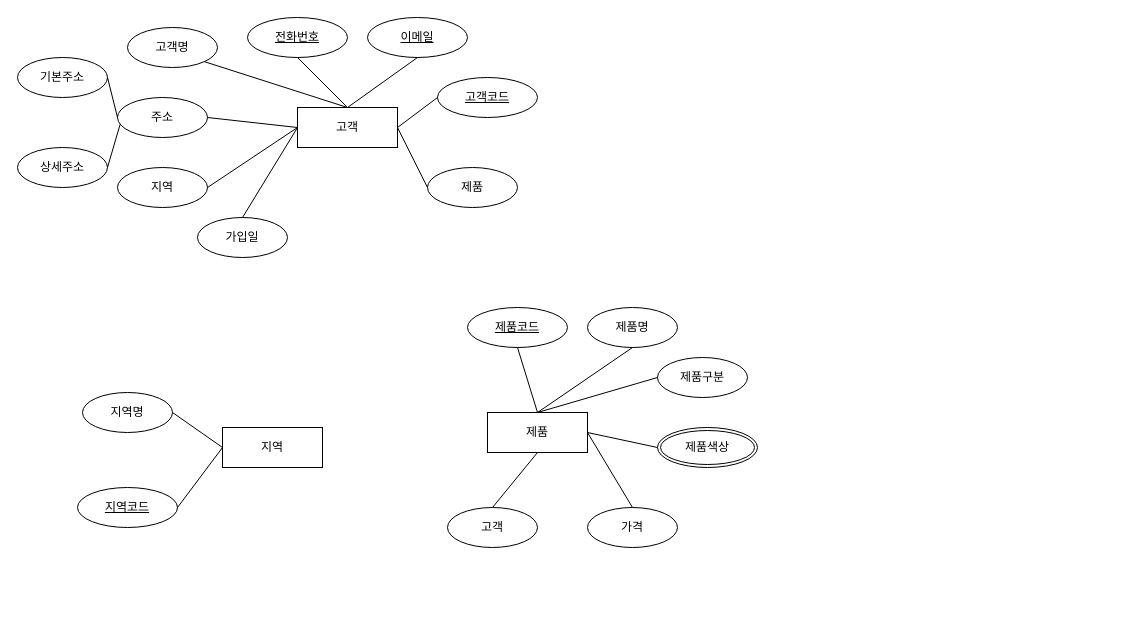
Before: 제목 없는 다이어그램.drawio in ek1249/erd, a draw.io diagram. Source tidied: cells renumbered, new cells numbered last; positions are measured from the earlier drawing's top-left corner, leaving out a move shared by most shapes. Both pictures are drawn from the tidied source at 100%, with x=0, y=0 at pixel (17, 17).
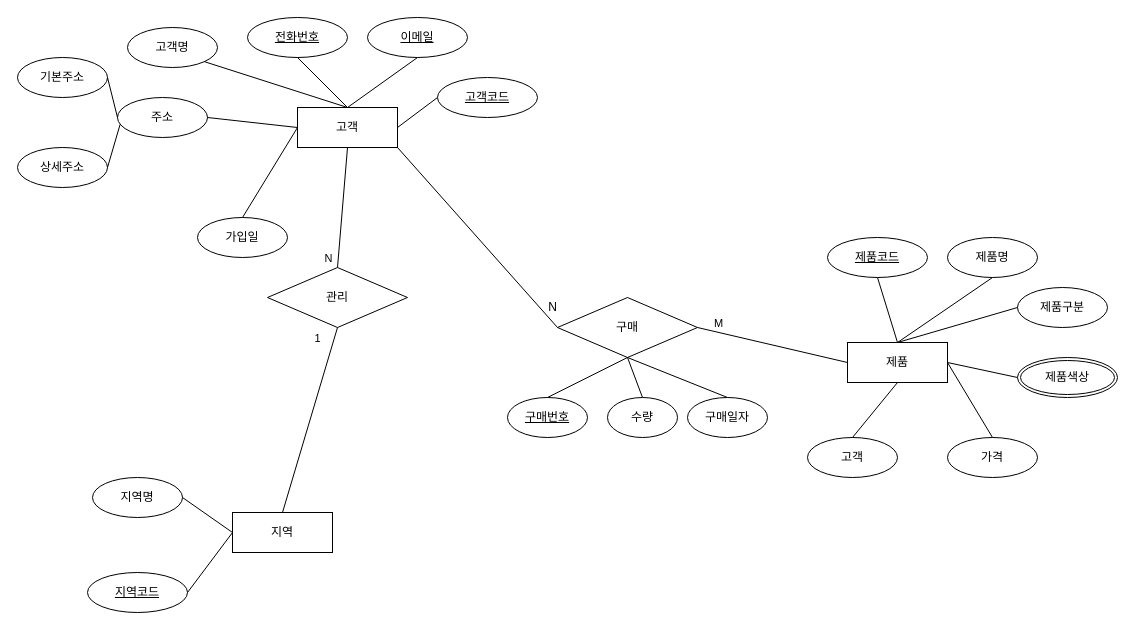
The same page after the edit.

Commit message (it also covers changes not shown here):
제목 없는 다이어그램.drawio 업데이트

The change refers to these unchanged cells:
```xml
<mxCell id="2" value="고객" style="rounded=0;whiteSpace=wrap;html=1;" parent="1" vertex="1">
  <mxGeometry x="280" y="90" width="100" height="40" as="geometry" />
</mxCell>
```

The edit, as a diff of the source:
```diff
@@
-    <mxCell id="5" value="지역" style="ellipse;whiteSpace=wrap;html=1;" parent="1" vertex="1">
-      <mxGeometry x="100" y="150" width="90" height="40" as="geometry" />
-    </mxCell>
@@
-    <mxCell id="10" value="제품" style="ellipse;whiteSpace=wrap;html=1;" parent="1" vertex="1">
-      <mxGeometry x="410" y="150" width="90" height="40" as="geometry" />
-    </mxCell>
@@
-    <mxCell id="15" style="endArrow=none;html=1;rounded=0;exitX=1;exitY=0.5;exitDx=0;exitDy=0;entryX=0;entryY=0.5;entryDx=0;entryDy=0;" parent="1" edge="1" source="5" target="2">
+    <mxCell id="15" style="endArrow=none;html=1;rounded=0;entryX=0.5;entryY=1;entryDx=0;entryDy=0;exitX=0.5;exitY=0;exitDx=0;exitDy=0;" parent="1" edge="1" source="42" target="2">
       <mxGeometry relative="1" as="geometry" />
     </mxCell>
+    <mxCell id="41" value="N" style="edgeLabel;html=1;align=center;verticalAlign=middle;" parent="15" vertex="1">
+      <mxGeometry x="-0.76" y="-2" relative="1" as="geometry">
+        <mxPoint x="-13" y="4" as="offset" />
+      </mxGeometry>
+    </mxCell>
@@
-    <mxCell id="18" style="endArrow=none;html=1;rounded=0;exitX=0;exitY=0.5;exitDx=0;exitDy=0;" parent="1" edge="1" source="10">
-      <mxGeometry relative="1" as="geometry">
-        <mxPoint x="380" y="110" as="targetPoint" />
-      </mxGeometry>
-    </mxCell>
@@
     <mxCell id="23" value="지역" style="rounded=0;whiteSpace=wrap;html=1;" parent="1" vertex="1">
-      <mxGeometry x="205" y="410" width="100" height="40" as="geometry" />
+      <mxGeometry x="215" y="495" width="100" height="40" as="geometry" />
     </mxCell>
     <mxCell id="24" value="지역명" style="ellipse;whiteSpace=wrap;html=1;" parent="1" vertex="1">
-      <mxGeometry x="65" y="375" width="90" height="40" as="geometry" />
+      <mxGeometry x="75" y="460" width="90" height="40" as="geometry" />
     </mxCell>
     <mxCell id="25" value="지역코드" style="ellipse;whiteSpace=wrap;html=1;align=center;fontStyle=4;" parent="1" vertex="1">
-      <mxGeometry x="60" y="470" width="100" height="40" as="geometry" />
+      <mxGeometry x="70" y="555" width="100" height="40" as="geometry" />
     </mxCell>
     <mxCell id="26" style="endArrow=none;html=1;rounded=0;exitX=1;exitY=0.5;exitDx=0;exitDy=0;entryX=0;entryY=0.5;entryDx=0;entryDy=0;" parent="1" edge="1" target="23">
       <mxGeometry relative="1" as="geometry">
-        <mxPoint x="155" y="395" as="sourcePoint" />
+        <mxPoint x="165" y="480" as="sourcePoint" />
       </mxGeometry>
     </mxCell>
@@
     <mxCell id="28" value="제품" style="rounded=0;whiteSpace=wrap;html=1;" parent="1" vertex="1">
-      <mxGeometry x="470" y="395" width="100" height="40" as="geometry" />
+      <mxGeometry x="830" y="325" width="100" height="40" as="geometry" />
     </mxCell>
     <mxCell id="29" value="제품코드" style="ellipse;whiteSpace=wrap;html=1;align=center;fontStyle=4;" parent="1" vertex="1">
-      <mxGeometry x="450" y="290" width="100" height="40" as="geometry" />
+      <mxGeometry x="810" y="220" width="100" height="40" as="geometry" />
     </mxCell>
     <mxCell id="30" value="제품명" style="ellipse;whiteSpace=wrap;html=1;" parent="1" vertex="1">
-      <mxGeometry x="570" y="290" width="90" height="40" as="geometry" />
+      <mxGeometry x="930" y="220" width="90" height="40" as="geometry" />
     </mxCell>
     <mxCell id="31" value="제품구분" style="ellipse;whiteSpace=wrap;html=1;" parent="1" vertex="1">
-      <mxGeometry x="640" y="340" width="90" height="40" as="geometry" />
+      <mxGeometry x="1000" y="270" width="90" height="40" as="geometry" />
     </mxCell>
     <mxCell id="32" value="제품색상" style="ellipse;shape=doubleEllipse;margin=3;whiteSpace=wrap;html=1;align=center;" parent="1" vertex="1">
-      <mxGeometry x="640" y="410" width="100" height="40" as="geometry" />
+      <mxGeometry x="1000" y="340" width="100" height="40" as="geometry" />
     </mxCell>
     <mxCell id="33" value="가격" style="ellipse;whiteSpace=wrap;html=1;" parent="1" vertex="1">
-      <mxGeometry x="570" y="490" width="90" height="40" as="geometry" />
+      <mxGeometry x="930" y="420" width="90" height="40" as="geometry" />
     </mxCell>
@@
     <mxCell id="39" value="고객" style="ellipse;whiteSpace=wrap;html=1;" parent="1" vertex="1">
-      <mxGeometry x="430" y="490" width="90" height="40" as="geometry" />
+      <mxGeometry x="790" y="420" width="90" height="40" as="geometry" />
     </mxCell>
@@
+    <mxCell id="42" value="관리" style="rhombus;whiteSpace=wrap;html=1;" parent="1" vertex="1">
+      <mxGeometry x="250" y="250" width="140" height="60" as="geometry" />
+    </mxCell>
+    <mxCell id="43" style="endArrow=none;html=1;rounded=0;exitX=0.5;exitY=0;exitDx=0;exitDy=0;" parent="1" edge="1" source="23">
+      <mxGeometry relative="1" as="geometry">
+        <mxPoint x="320" y="310" as="targetPoint" />
+      </mxGeometry>
+    </mxCell>
+    <mxCell id="44" value="1" style="edgeLabel;html=1;align=center;verticalAlign=middle;" parent="43" vertex="1">
+      <mxGeometry x="0.08" y="-1" relative="1" as="geometry">
+        <mxPoint x="4" y="-75" as="offset" />
+      </mxGeometry>
+    </mxCell>
+    <mxCell id="45" value="구매" style="rhombus;whiteSpace=wrap;html=1;" parent="1" vertex="1">
+      <mxGeometry x="540" y="280" width="140" height="60" as="geometry" />
+    </mxCell>
+    <mxCell id="46" style="endArrow=none;html=1;rounded=0;entryX=1;entryY=1;entryDx=0;entryDy=0;exitX=0;exitY=0.5;exitDx=0;exitDy=0;" parent="1" edge="1" source="45" target="2">
+      <mxGeometry relative="1" as="geometry" />
+    </mxCell>
+    <mxCell id="47" style="endArrow=none;html=1;rounded=0;exitX=0;exitY=0.5;exitDx=0;exitDy=0;entryX=1;entryY=0.5;entryDx=0;entryDy=0;" parent="1" edge="1" source="28" target="45">
+      <mxGeometry relative="1" as="geometry" />
+    </mxCell>
+    <mxCell id="48" value="M" style="edgeLabel;html=1;align=center;verticalAlign=middle;" parent="47" vertex="1">
+      <mxGeometry x="0.52" relative="1" as="geometry">
+        <mxPoint x="-16" y="-13" as="offset" />
+      </mxGeometry>
+    </mxCell>
+    <mxCell id="49" value="구매번호" style="ellipse;whiteSpace=wrap;html=1;align=center;fontStyle=4;" parent="1" vertex="1">
+      <mxGeometry x="490" y="380" width="80" height="40" as="geometry" />
+    </mxCell>
+    <mxCell id="50" value="수량" style="ellipse;whiteSpace=wrap;html=1;" parent="1" vertex="1">
+      <mxGeometry x="590" y="380" width="70" height="40" as="geometry" />
+    </mxCell>
+    <mxCell id="51" value="구매일자" style="ellipse;whiteSpace=wrap;html=1;" parent="1" vertex="1">
+      <mxGeometry x="670" y="380" width="80" height="40" as="geometry" />
+    </mxCell>
+    <mxCell id="52" style="endArrow=none;html=1;rounded=0;exitX=0.5;exitY=0;exitDx=0;exitDy=0;entryX=0.5;entryY=1;entryDx=0;entryDy=0;" parent="1" edge="1" source="49">
+      <mxGeometry relative="1" as="geometry">
+        <mxPoint x="610" y="340" as="targetPoint" />
+      </mxGeometry>
+    </mxCell>
+    <mxCell id="53" style="endArrow=none;html=1;rounded=0;exitX=0.5;exitY=0;exitDx=0;exitDy=0;entryX=0.5;entryY=1;entryDx=0;entryDy=0;" parent="1" edge="1" source="50" target="45">
+      <mxGeometry relative="1" as="geometry" />
+    </mxCell>
+    <mxCell id="54" style="endArrow=none;html=1;rounded=0;exitX=0.5;exitY=0;exitDx=0;exitDy=0;entryX=0.5;entryY=1;entryDx=0;entryDy=0;" parent="1" edge="1" source="51" target="45">
+      <mxGeometry relative="1" as="geometry" />
+    </mxCell>
+    <mxCell id="55" value="N" style="text;html=1;align=center;verticalAlign=middle;strokeColor=none;fillColor=none;" parent="1" vertex="1">
+      <mxGeometry x="520" y="275" width="30" height="30" as="geometry" />
+    </mxCell>
```
